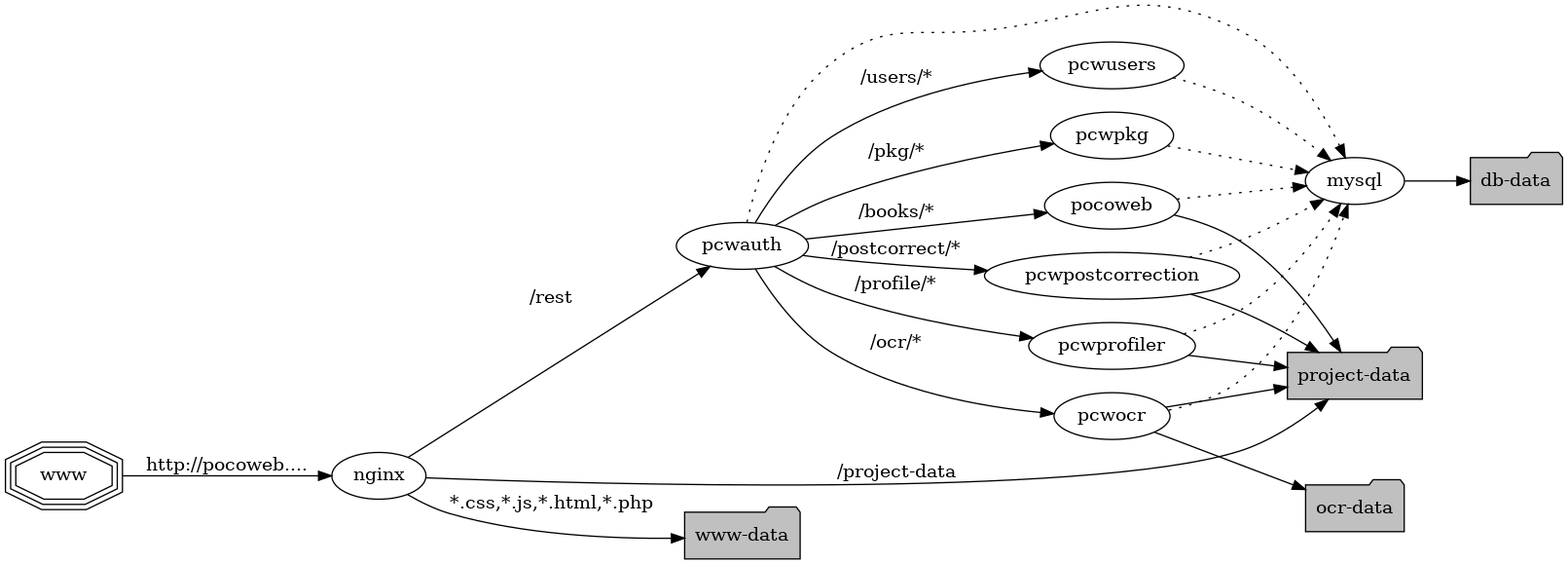
Before: frontend/public_html/img/doc/overview.png, a diagram exported from Graphviz (cisocrgroup/pocoweb). Its source is kept beside it as frontend/public_html/img/doc/overview.dot.
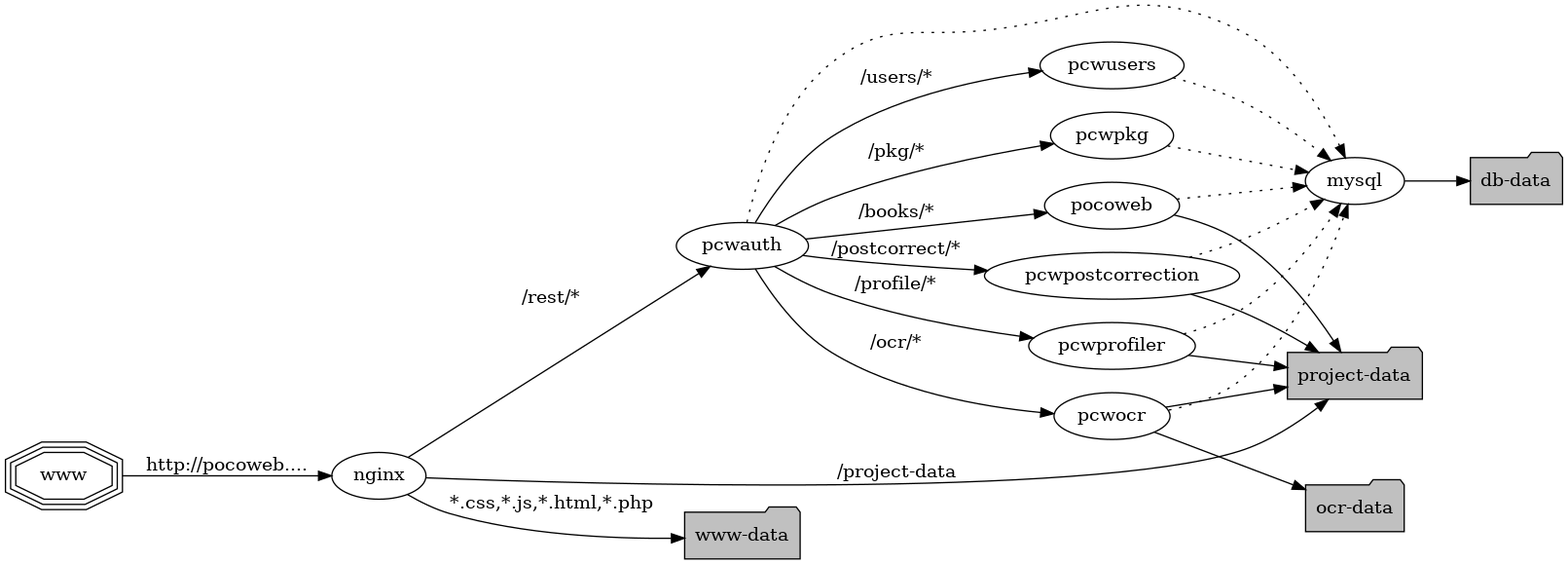
After the change.

The edit, as a diff of the source:
```diff
@@ -16,7 +16,7 @@
  dbd [label="db-data" shape=folder fillcolor=gray style=filled]
 
  www -> nginx [label="http://pocoweb...."]
- nginx -> pcwauth [label="/rest"]
+ nginx -> pcwauth [label="/rest/*"]
  nginx -> projectd [label="/project-data"]
  nginx -> wwwd [label="*.css,*.js,*.html,*.php"]
  pocoweb -> mysql [style=dotted]
```
